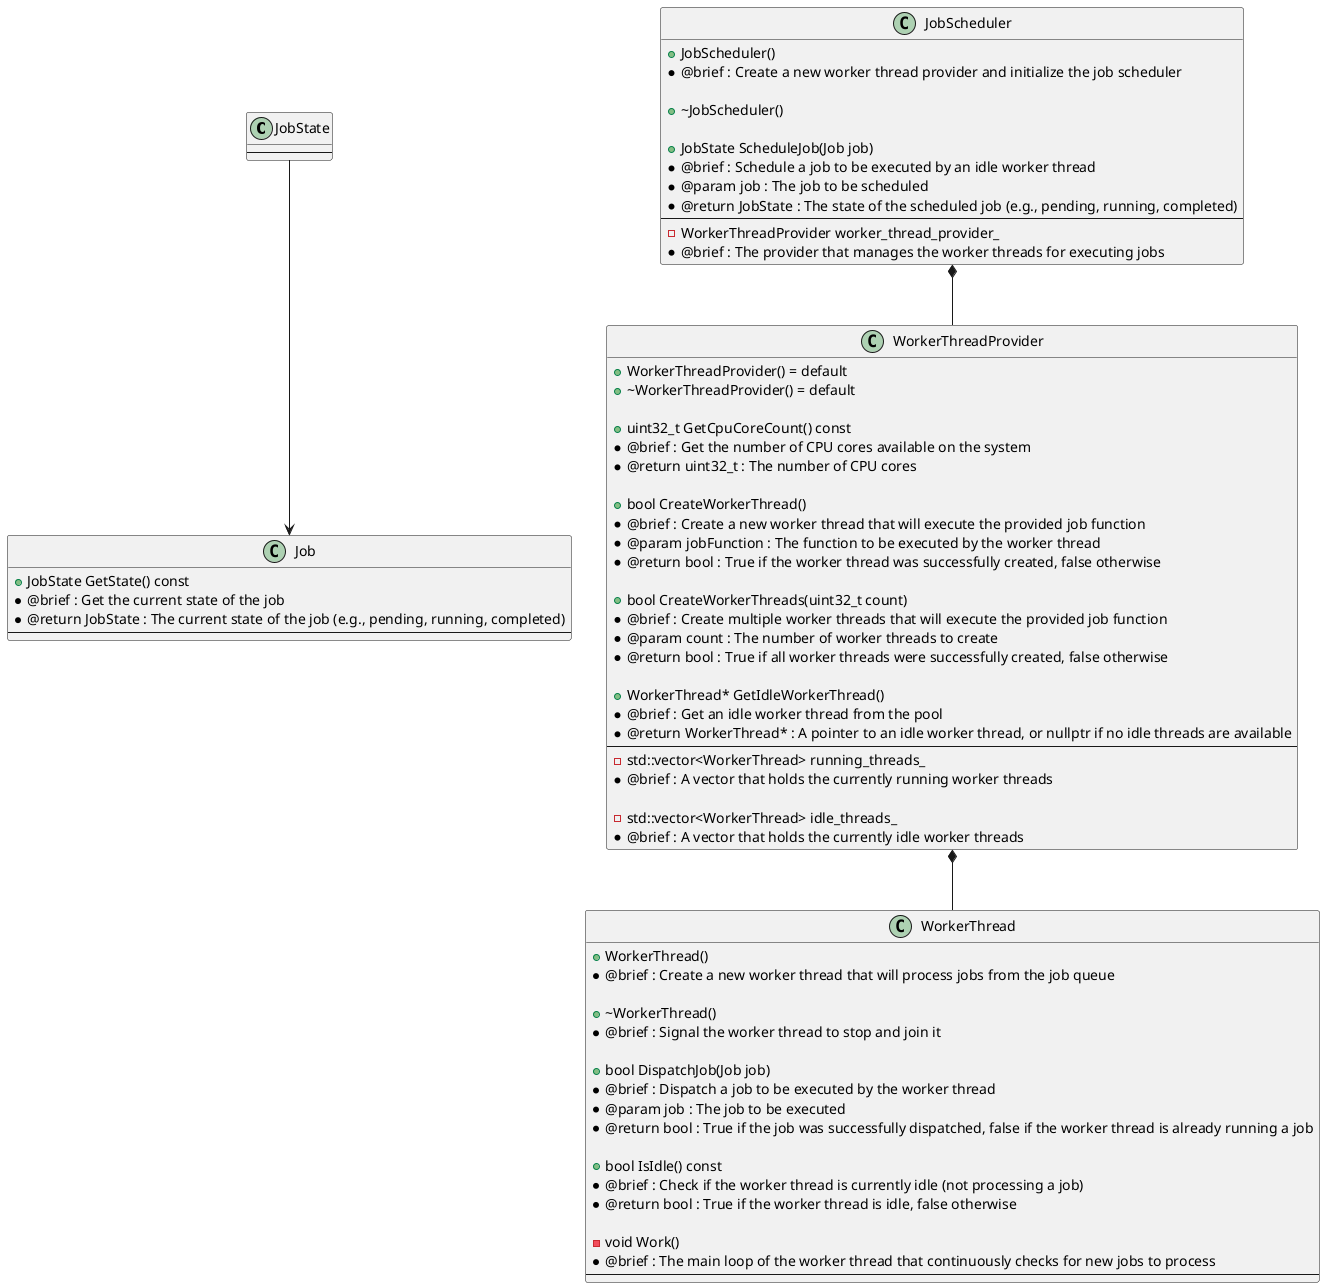
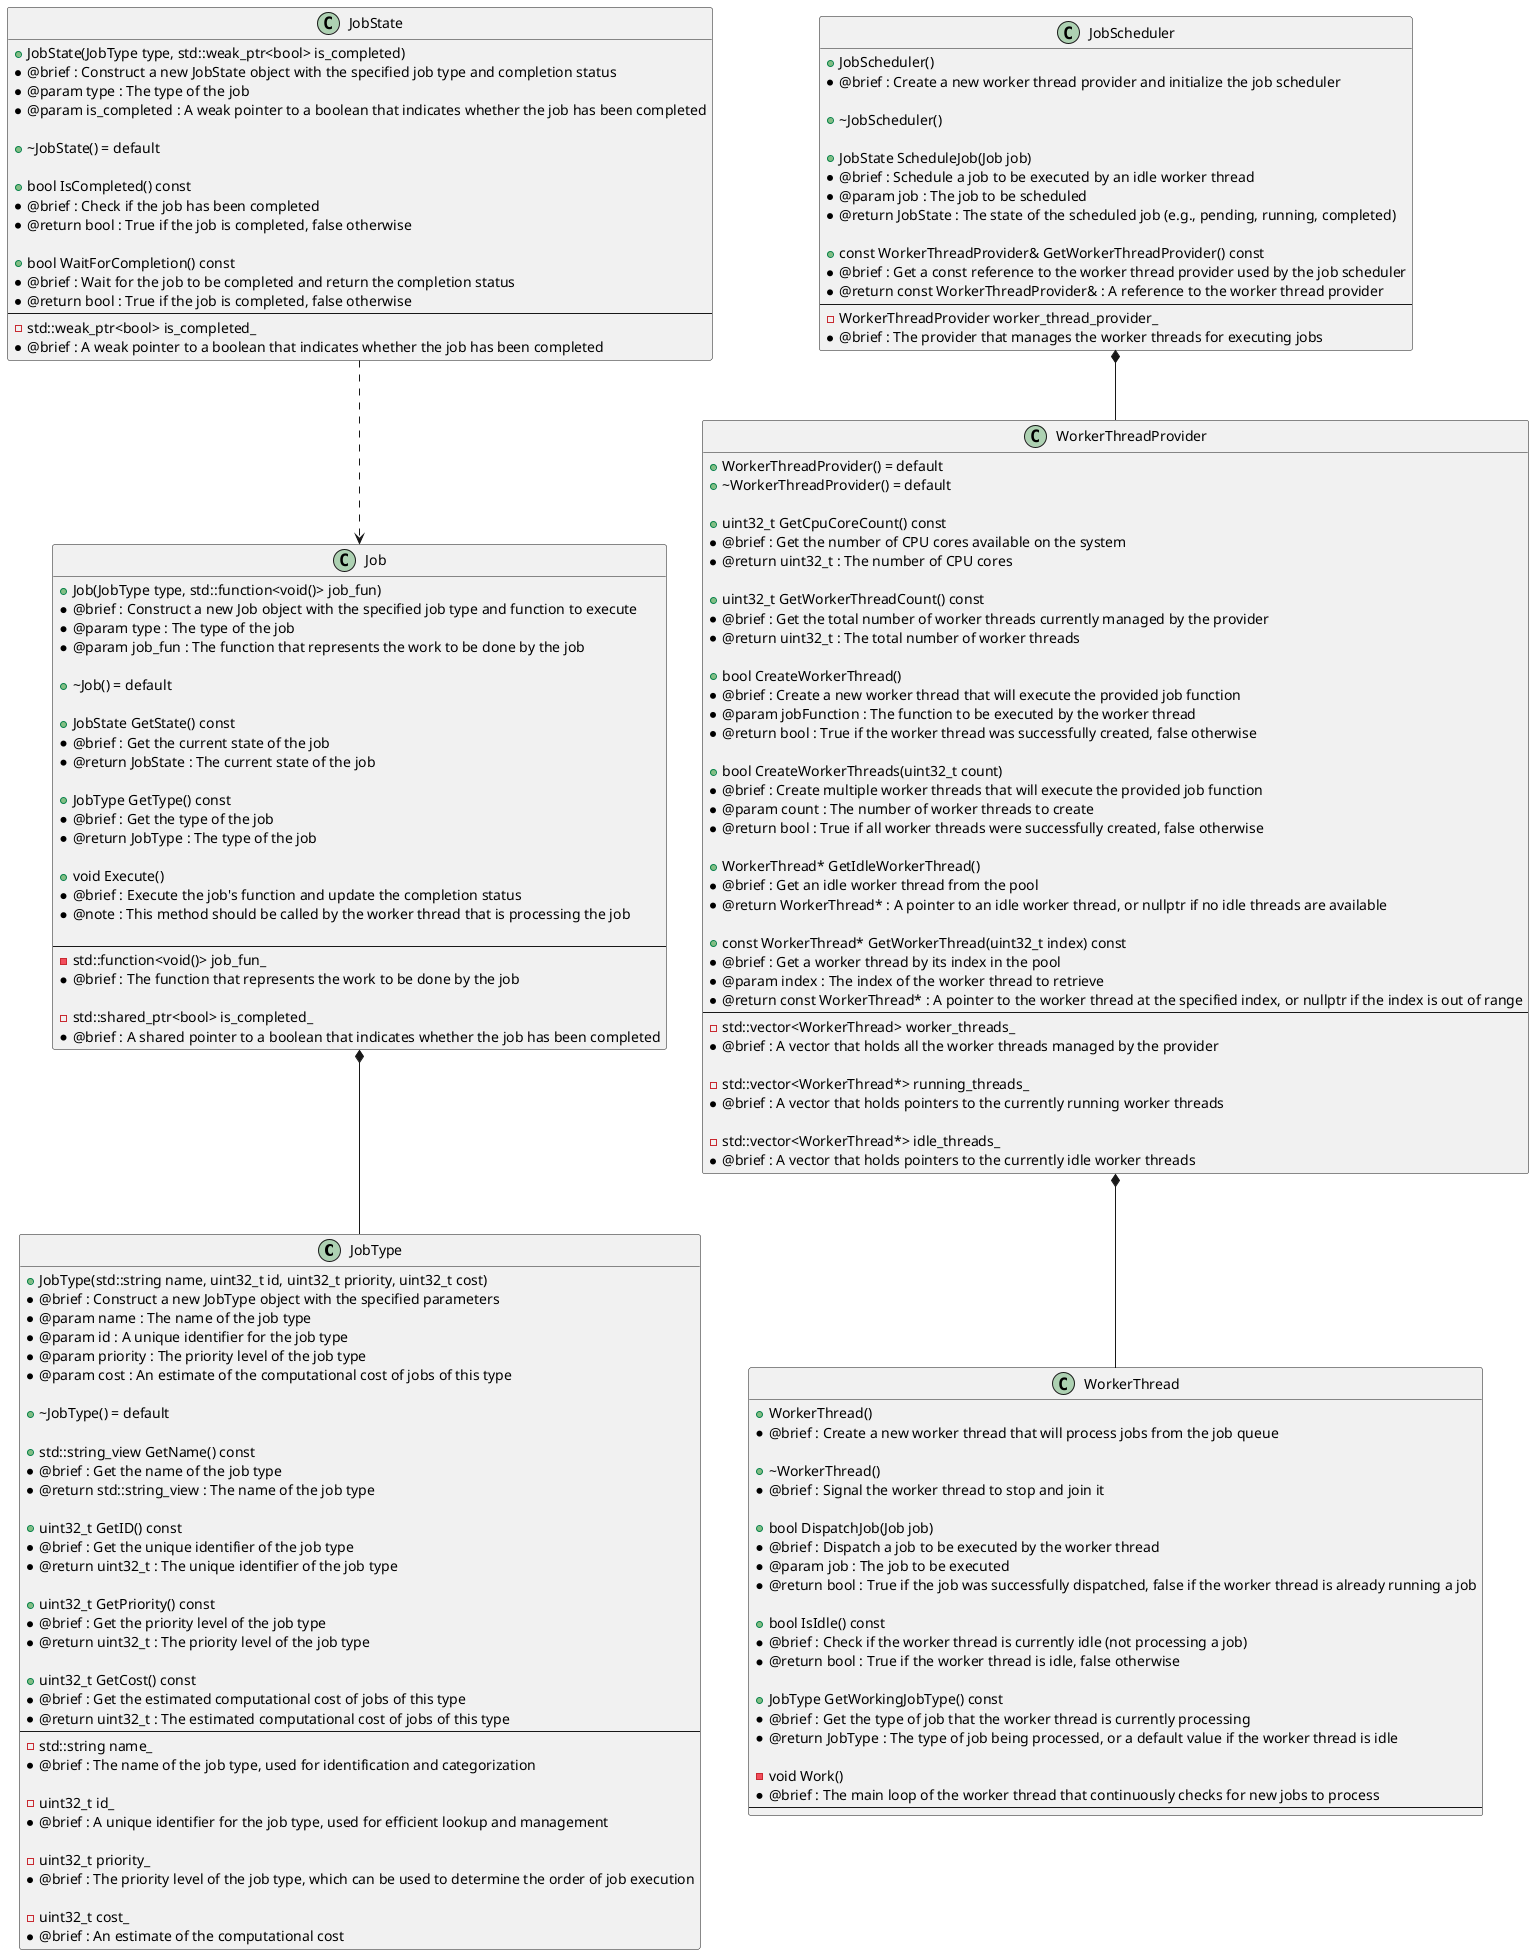
﻿@startuml
+ 
+ class JobType
+ {
+     + JobType(std::string name, uint32_t id, uint32_t priority, uint32_t cost)
+      * @brief : Construct a new JobType object with the specified parameters
+      * @param name : The name of the job type
+      * @param id : A unique identifier for the job type
+      * @param priority : The priority level of the job type
+      * @param cost : An estimate of the computational cost of jobs of this type
+ 
+     + ~JobType() = default
+ 
+     + std::string_view GetName() const
+      * @brief : Get the name of the job type
+      * @return std::string_view : The name of the job type
+ 
+     + uint32_t GetID() const
+      * @brief : Get the unique identifier of the job type
+      * @return uint32_t : The unique identifier of the job type
+ 
+     + uint32_t GetPriority() const
+      * @brief : Get the priority level of the job type
+      * @return uint32_t : The priority level of the job type
+ 
+     + uint32_t GetCost() const
+      * @brief : Get the estimated computational cost of jobs of this type
+      * @return uint32_t : The estimated computational cost of jobs of this type
+     ---
+     - std::string name_
+      * @brief : The name of the job type, used for identification and categorization
+ 
+     - uint32_t id_
+      * @brief : A unique identifier for the job type, used for efficient lookup and management
+ 
+     - uint32_t priority_
+      * @brief : The priority level of the job type, which can be used to determine the order of job execution
+ 
+     - uint32_t cost_
+      * @brief : An estimate of the computational cost
+ }

class JobState
{
+     + JobState(JobType type, std::weak_ptr<bool> is_completed)
+      * @brief : Construct a new JobState object with the specified job type and completion status
+      * @param type : The type of the job
+      * @param is_completed : A weak pointer to a boolean that indicates whether the job has been completed
+ 
+     + ~JobState() = default
+ 
+     + bool IsCompleted() const
+      * @brief : Check if the job has been completed
+      * @return bool : True if the job is completed, false otherwise
+ 
+     + bool WaitForCompletion() const
+      * @brief : Wait for the job to be completed and return the completion status
+      * @return bool : True if the job is completed, false otherwise
    ---
+     - std::weak_ptr<bool> is_completed_
+      * @brief : A weak pointer to a boolean that indicates whether the job has been completed
}
- JobState --> Job
+ JobState ..> Job

class Job
{
+     + Job(JobType type, std::function<void()> job_fun)
+      * @brief : Construct a new Job object with the specified job type and function to execute
+      * @param type : The type of the job
+      * @param job_fun : The function that represents the work to be done by the job
+ 
+     + ~Job() = default
+ 
    + JobState GetState() const
     * @brief : Get the current state of the job
-      * @return JobState : The current state of the job (e.g., pending, running, completed)
+      * @return JobState : The current state of the job
+ 
+     + JobType GetType() const
+      * @brief : Get the type of the job
+      * @return JobType : The type of the job
+ 
+     + void Execute()
+      * @brief : Execute the job's function and update the completion status
+      * @note : This method should be called by the worker thread that is processing the job
+ 
    ---
+     - std::function<void()> job_fun_
+      * @brief : The function that represents the work to be done by the job
+ 
+     - std::shared_ptr<bool> is_completed_
+      * @brief : A shared pointer to a boolean that indicates whether the job has been completed
}
+ Job *-- JobType

class WorkerThread
{
    + WorkerThread()
     * @brief : Create a new worker thread that will process jobs from the job queue

    + ~WorkerThread()
     * @brief : Signal the worker thread to stop and join it

    + bool DispatchJob(Job job)
     * @brief : Dispatch a job to be executed by the worker thread
     * @param job : The job to be executed
     * @return bool : True if the job was successfully dispatched, false if the worker thread is already running a job

    + bool IsIdle() const
     * @brief : Check if the worker thread is currently idle (not processing a job)
     * @return bool : True if the worker thread is idle, false otherwise

+     + JobType GetWorkingJobType() const
+      * @brief : Get the type of job that the worker thread is currently processing
+      * @return JobType : The type of job being processed, or a default value if the worker thread is idle
+ 
    - void Work()
     * @brief : The main loop of the worker thread that continuously checks for new jobs to process
    ---
}

class WorkerThreadProvider
{
    + WorkerThreadProvider() = default
    + ~WorkerThreadProvider() = default

    + uint32_t GetCpuCoreCount() const
     * @brief : Get the number of CPU cores available on the system
     * @return uint32_t : The number of CPU cores

+     + uint32_t GetWorkerThreadCount() const
+      * @brief : Get the total number of worker threads currently managed by the provider
+      * @return uint32_t : The total number of worker threads
+ 
    + bool CreateWorkerThread()
     * @brief : Create a new worker thread that will execute the provided job function
     * @param jobFunction : The function to be executed by the worker thread
     * @return bool : True if the worker thread was successfully created, false otherwise

    + bool CreateWorkerThreads(uint32_t count)
     * @brief : Create multiple worker threads that will execute the provided job function
     * @param count : The number of worker threads to create
     * @return bool : True if all worker threads were successfully created, false otherwise

    + WorkerThread* GetIdleWorkerThread()
     * @brief : Get an idle worker thread from the pool
     * @return WorkerThread* : A pointer to an idle worker thread, or nullptr if no idle threads are available
+ 
+     + const WorkerThread* GetWorkerThread(uint32_t index) const
+      * @brief : Get a worker thread by its index in the pool
+      * @param index : The index of the worker thread to retrieve
+      * @return const WorkerThread* : A pointer to the worker thread at the specified index, or nullptr if the index is out of range
    ---
-     - std::vector<WorkerThread> running_threads_
-      * @brief : A vector that holds the currently running worker threads
+     - std::vector<WorkerThread> worker_threads_
+      * @brief : A vector that holds all the worker threads managed by the provider

-     - std::vector<WorkerThread> idle_threads_
-      * @brief : A vector that holds the currently idle worker threads
+     - std::vector<WorkerThread*> running_threads_
+      * @brief : A vector that holds pointers to the currently running worker threads
+ 
+     - std::vector<WorkerThread*> idle_threads_
+      * @brief : A vector that holds pointers to the currently idle worker threads
}
WorkerThreadProvider *-- WorkerThread

class JobScheduler
{
    + JobScheduler()
     * @brief : Create a new worker thread provider and initialize the job scheduler

    + ~JobScheduler()

    + JobState ScheduleJob(Job job)
     * @brief : Schedule a job to be executed by an idle worker thread
     * @param job : The job to be scheduled
     * @return JobState : The state of the scheduled job (e.g., pending, running, completed)
+ 
+     + const WorkerThreadProvider& GetWorkerThreadProvider() const
+      * @brief : Get a const reference to the worker thread provider used by the job scheduler
+      * @return const WorkerThreadProvider& : A reference to the worker thread provider
    ---
    - WorkerThreadProvider worker_thread_provider_
     * @brief : The provider that manages the worker threads for executing jobs
}
JobScheduler *-- WorkerThreadProvider


@enduml